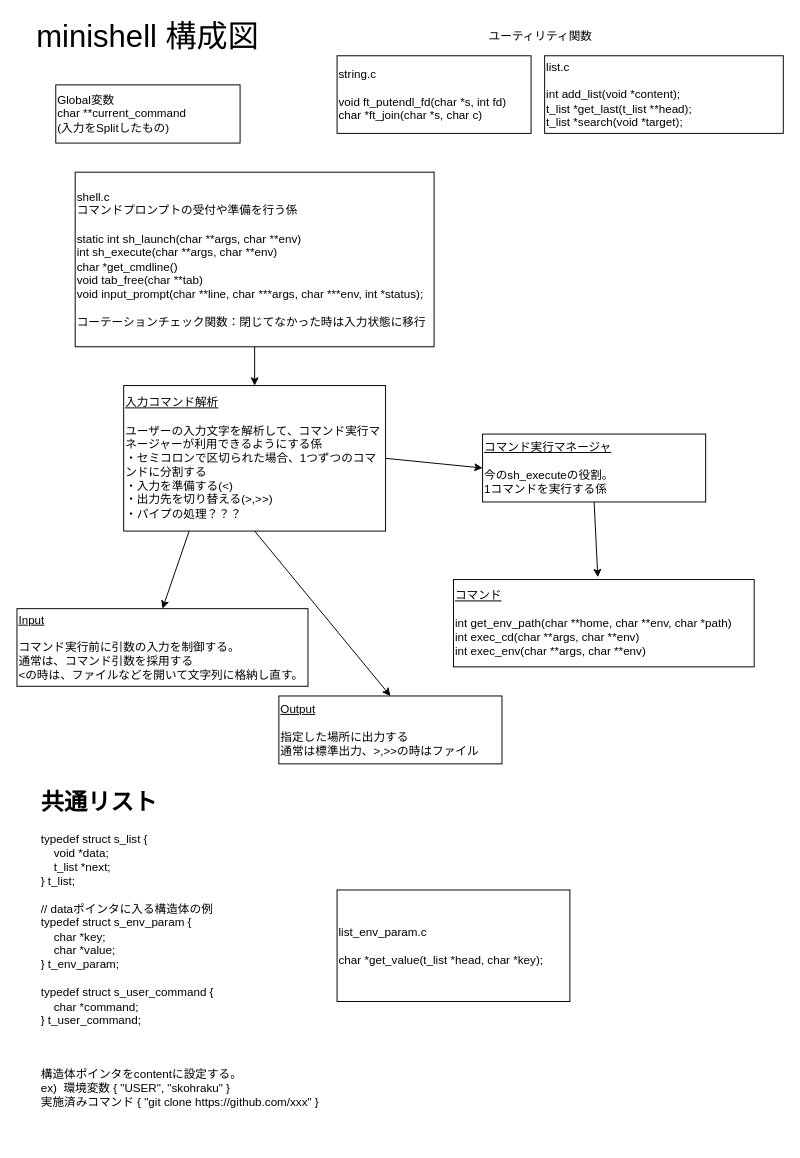
Above: diagram.drawio in Toshiki-Nakamura/minishell (draw.io), before the change. Source tidied: cells renumbered, new cells numbered last; positions are measured from the earlier drawing's top-left corner, leaving out a move shared by most shapes. Both pictures are drawn from the tidied source at 97%, with x=0, y=0 at pixel (16, 16).
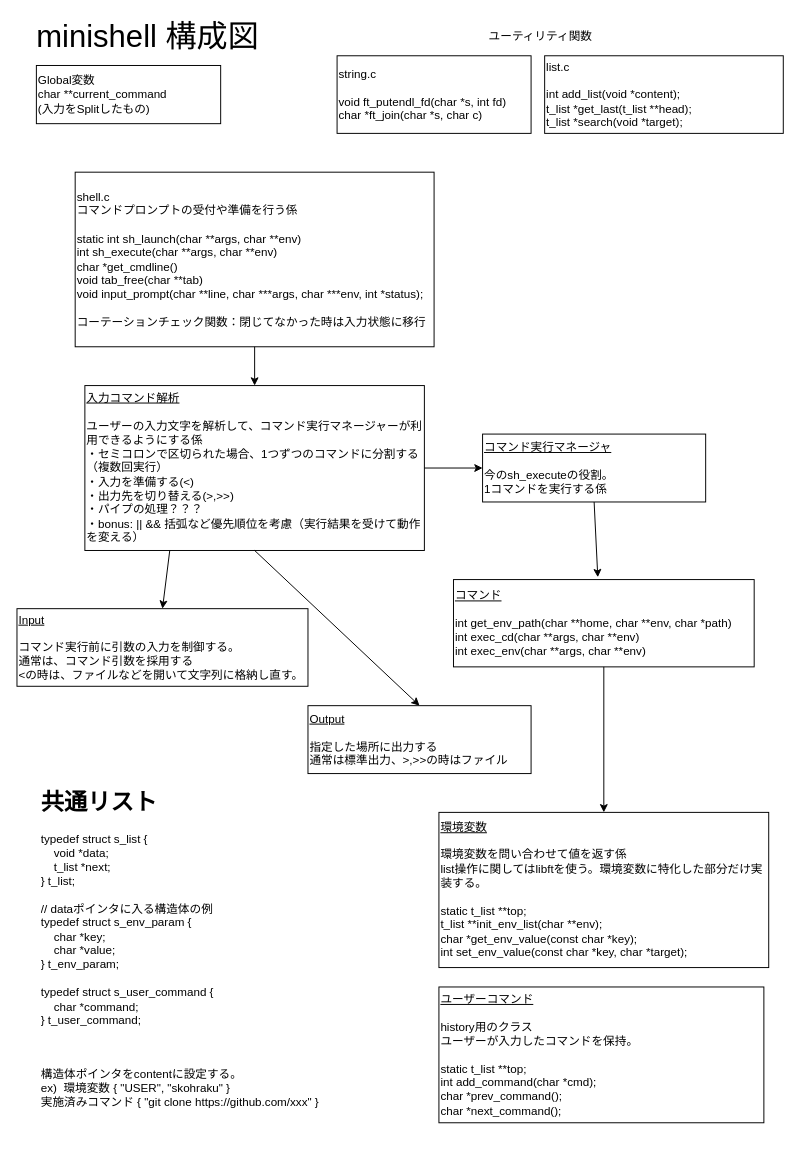
After the change.

The change refers to these unchanged cells:
```xml
<mxCell id="5" value="&lt;u&gt;コマンド&lt;/u&gt;&lt;br&gt;&lt;br&gt;int get_env_path(char **home, char **env, char *path)&lt;br&gt;int exec_cd(char **args, char **env)&lt;br&gt;int exec_env(char **args, char **env)" style="whiteSpace=wrap;html=1;align=left;" parent="1" vertex="1">
  <mxGeometry x="450" y="580" width="310" height="90" as="geometry" />
</mxCell>
```

The edit, as a diff of the source:
```diff
@@
-    <mxCell id="9" value="list_env_param.c&lt;br&gt;&lt;br&gt;char *get_value(t_list *head, char *key);&lt;br&gt;" style="rounded=0;whiteSpace=wrap;html=1;align=left;" parent="1" vertex="1">
-      <mxGeometry x="330" y="900" width="240" height="115" as="geometry" />
+    <mxCell id="9" value="&lt;u&gt;環境変数&lt;br&gt;&lt;/u&gt;&lt;br&gt;環境変数を問い合わせて値を返す係&lt;br&gt;list操作に関してはlibftを使う。環境変数に特化した部分だけ実装する。&lt;br&gt;&lt;br&gt;static t_list **top;&lt;br&gt;t_list **init_env_list(char **env);&lt;br&gt;char *get_env_value(const char *key);&lt;br&gt;int set_env_value(const char *key, char *target);" style="rounded=0;whiteSpace=wrap;html=1;align=left;" parent="1" vertex="1">
+      <mxGeometry x="435" y="820" width="340" height="160" as="geometry" />
     </mxCell>
     <mxCell id="10" value="Global変数&lt;br&gt;char **current_command&lt;br&gt;(入力をSplitしたもの)" style="rounded=0;whiteSpace=wrap;html=1;align=left;" parent="1" vertex="1">
-      <mxGeometry x="40" y="70" width="190" height="60" as="geometry" />
+      <mxGeometry x="20" y="50" width="190" height="60" as="geometry" />
     </mxCell>
-    <mxCell id="11" value="&lt;u&gt;入力コマンド解析&lt;/u&gt;&lt;br&gt;&lt;br&gt;ユーザーの入力文字を解析して、コマンド実行マネージャーが利用できるようにする係&lt;br&gt;・セミコロンで区切られた場合、1つずつのコマンドに分割する&lt;br&gt;・入力を準備する(&amp;lt;)&lt;br&gt;・出力先を切り替える(&amp;gt;,&amp;gt;&amp;gt;)&lt;br&gt;・パイプの処理？？？" style="whiteSpace=wrap;html=1;align=left;" parent="1" vertex="1">
-      <mxGeometry x="110" y="380" width="270" height="150" as="geometry" />
+    <mxCell id="11" value="&lt;u&gt;入力コマンド解析&lt;/u&gt;&lt;br&gt;&lt;br&gt;ユーザーの入力文字を解析して、コマンド実行マネージャーが利用できるようにする係&lt;br&gt;・セミコロンで区切られた場合、1つずつのコマンドに分割する（複数回実行）&lt;br&gt;・入力を準備する(&amp;lt;)&lt;br&gt;・出力先を切り替える(&amp;gt;,&amp;gt;&amp;gt;)&lt;br&gt;・パイプの処理？？？&lt;br&gt;・bonus: || &amp;amp;&amp;amp; 括弧など優先順位を考慮（実行結果を受けて動作を変える）" style="whiteSpace=wrap;html=1;align=left;" parent="1" vertex="1">
+      <mxGeometry x="70" y="380" width="350" height="170" as="geometry" />
     </mxCell>
     <mxCell id="12" value="&lt;u&gt;Output&lt;/u&gt;&lt;br&gt;&lt;br&gt;指定した場所に出力する&lt;br&gt;通常は標準出力、&amp;gt;,&amp;gt;&amp;gt;の時はファイル" style="whiteSpace=wrap;html=1;align=left;" parent="1" vertex="1">
-      <mxGeometry x="270" y="700" width="230" height="70" as="geometry" />
+      <mxGeometry x="300" y="710" width="230" height="70" as="geometry" />
     </mxCell>
@@
+    <mxCell id="20" style="endArrow=classic;html=1;exitX=0.5;exitY=1;exitDx=0;exitDy=0;entryX=0.5;entryY=0;entryDx=0;entryDy=0;" parent="1" edge="1" source="5" target="9">
+      <mxGeometry relative="1" as="geometry" />
+    </mxCell>
+    <mxCell id="21" value="&lt;u&gt;ユーザーコマンド&lt;/u&gt;&lt;br&gt;&lt;br&gt;history用のクラス&lt;br&gt;ユーザーが入力したコマンドを保持。&lt;br&gt;&lt;br&gt;static t_list **top;&lt;br&gt;int add_command(char *cmd);&lt;br&gt;char *prev_command();&lt;br&gt;char *next_command();" style="whiteSpace=wrap;html=1;align=left;" parent="1" vertex="1">
+      <mxGeometry x="435" y="1000" width="335" height="140" as="geometry" />
+    </mxCell>
```
